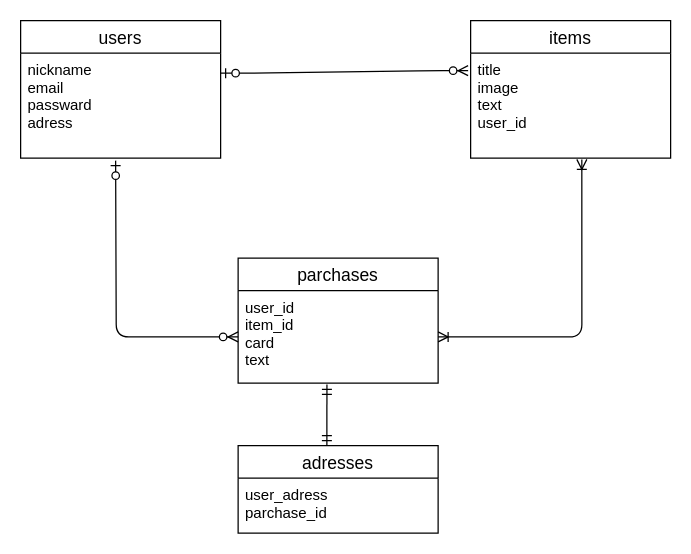
This is test.dio from hidapen/furima-35859, a draw.io file, before an edit. Source tidied: cells renumbered, new cells numbered last; positions are measured from the earlier drawing's top-left corner, leaving out a move shared by most shapes. Both pictures are drawn from the tidied source at 125%, with x=0, y=0 at pixel (20, 20).
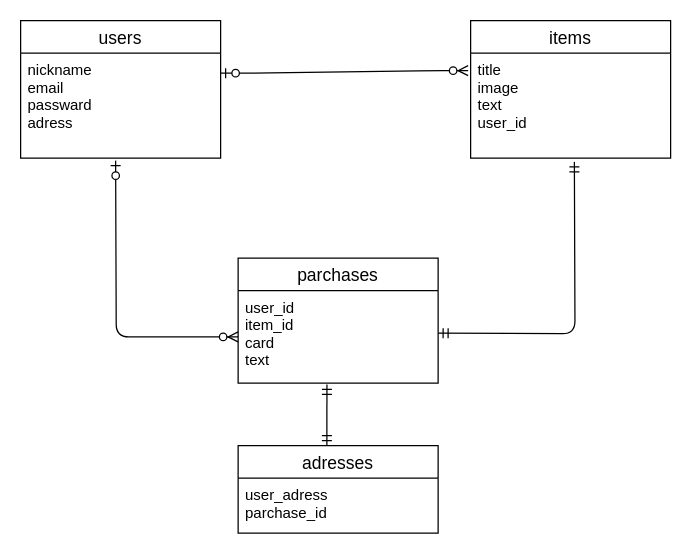
The same diagram, later.

Commit message:
ER図 itemsとparchasesのアソシエーション表記変更

The edit, as a diff of the source:
```diff
@@
 <mxGraphModel>
   <root>
     <mxCell id="0" />
     <mxCell id="1" parent="0" />
     <mxCell id="2" value="users" style="swimlane;fontStyle=0;horizontal=1;startSize=26;align=center;fontSize=14;" parent="1" vertex="1">
       <mxGeometry width="160" height="110" as="geometry" />
     </mxCell>
     <mxCell id="3" value="nickname&#10;email&#10;passward&#10;adress" style="text;strokeColor=none;fillColor=none;spacingLeft=4;spacingRight=4;overflow=hidden;fontSize=12;" parent="2" vertex="1">
       <mxGeometry y="26" width="160" height="84" as="geometry" />
     </mxCell>
     <mxCell id="4" value="items" style="swimlane;fontStyle=0;horizontal=1;startSize=26;align=center;fontSize=14;" parent="1" vertex="1">
       <mxGeometry x="360" width="160" height="110" as="geometry" />
     </mxCell>
     <mxCell id="5" value="title&#10;image&#10;text&#10;user_id" style="text;strokeColor=none;fillColor=none;spacingLeft=4;spacingRight=4;overflow=hidden;points=[[0,0.5],[1,0.5]];portConstraint=eastwest;fontSize=12;" parent="4" vertex="1">
       <mxGeometry y="26" width="160" height="84" as="geometry" />
     </mxCell>
     <mxCell id="6" value="parchases" style="swimlane;fontStyle=0;horizontal=1;startSize=26;align=center;fontSize=14;" parent="1" vertex="1">
       <mxGeometry x="174" y="190" width="160" height="100" as="geometry" />
     </mxCell>
     <mxCell id="7" value="user_id&#10;item_id&#10;card&#10;text" style="text;strokeColor=none;fillColor=none;spacingLeft=4;spacingRight=4;overflow=hidden;points=[[0,0.5],[1,0.5]];portConstraint=eastwest;fontSize=12;" parent="6" vertex="1">
       <mxGeometry y="26" width="160" height="74" as="geometry" />
     </mxCell>
     <mxCell id="8" style="edgeStyle=entityRelationEdgeStyle;fontSize=12;html=1;endArrow=ERzeroToMany;startArrow=ERzeroToOne;" parent="1" edge="1">
       <mxGeometry relative="1" as="geometry">
         <mxPoint x="160" y="42" as="sourcePoint" />
         <mxPoint x="358" y="40" as="targetPoint" />
       </mxGeometry>
     </mxCell>
     <mxCell id="9" value="adresses" style="swimlane;fontStyle=0;horizontal=1;startSize=26;align=center;fontSize=14;" parent="1" vertex="1">
       <mxGeometry x="174" y="340" width="160" height="70" as="geometry" />
     </mxCell>
     <mxCell id="10" value="user_adress&#10;parchase_id" style="text;strokeColor=none;fillColor=none;spacingLeft=4;spacingRight=4;overflow=hidden;fontSize=12;" parent="9" vertex="1">
       <mxGeometry y="26" width="160" height="44" as="geometry" />
     </mxCell>
     <mxCell id="11" style="fontSize=12;html=1;endArrow=ERmandOne;startArrow=ERmandOne;entryX=0.444;entryY=1.014;entryDx=0;entryDy=0;entryPerimeter=0;" parent="1" edge="1" target="7">
       <mxGeometry relative="1" as="geometry">
         <mxPoint x="245" y="340" as="sourcePoint" />
       </mxGeometry>
     </mxCell>
     <mxCell id="12" style="edgeStyle=orthogonalEdgeStyle;fontSize=12;html=1;endArrow=ERzeroToMany;startArrow=ERzeroToOne;entryX=0;entryY=0.5;entryDx=0;entryDy=0;" parent="1" edge="1" target="7">
       <mxGeometry relative="1" as="geometry">
         <mxPoint x="76" y="112" as="sourcePoint" />
       </mxGeometry>
     </mxCell>
-    <mxCell id="13" style="edgeStyle=orthogonalEdgeStyle;fontSize=12;html=1;endArrow=ERoneToMany;startArrow=ERoneToMany;exitX=1;exitY=0.5;exitDx=0;exitDy=0;entryX=0.556;entryY=1.012;entryDx=0;entryDy=0;entryPerimeter=0;" parent="1" edge="1" source="7" target="5">
-      <mxGeometry relative="1" as="geometry" />
-    </mxCell>
+    <mxCell id="14" style="edgeStyle=orthogonalEdgeStyle;fontSize=12;html=1;endArrow=ERmandOne;startArrow=ERmandOne;" parent="1" edge="1">
+      <mxGeometry relative="1" as="geometry">
+        <mxPoint x="334" y="250" as="sourcePoint" />
+        <mxPoint x="443" y="113" as="targetPoint" />
+      </mxGeometry>
+    </mxCell>
   </root>
 </mxGraphModel>
```
